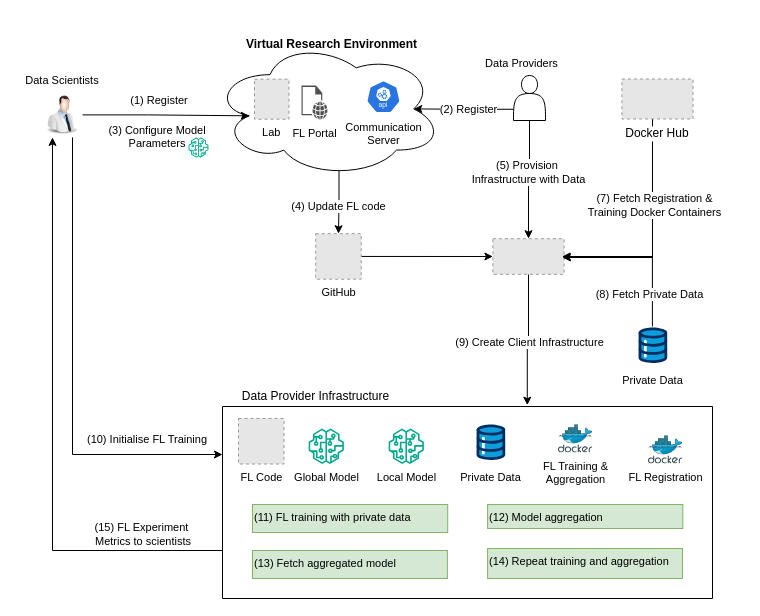
Earlier version of the draw.io diagram Thesis/Workflow.drawio (anandanlk/Drawings). Source tidied: cells renumbered, new cells numbered last; positions are measured from the earlier drawing's top-left corner, leaving out a move shared by most shapes. Both pictures are drawn from the tidied source at 100%, with x=0, y=0 at pixel (17, 17). Pictures stored in the file or linked from it are replaced by grey dashed boxes.
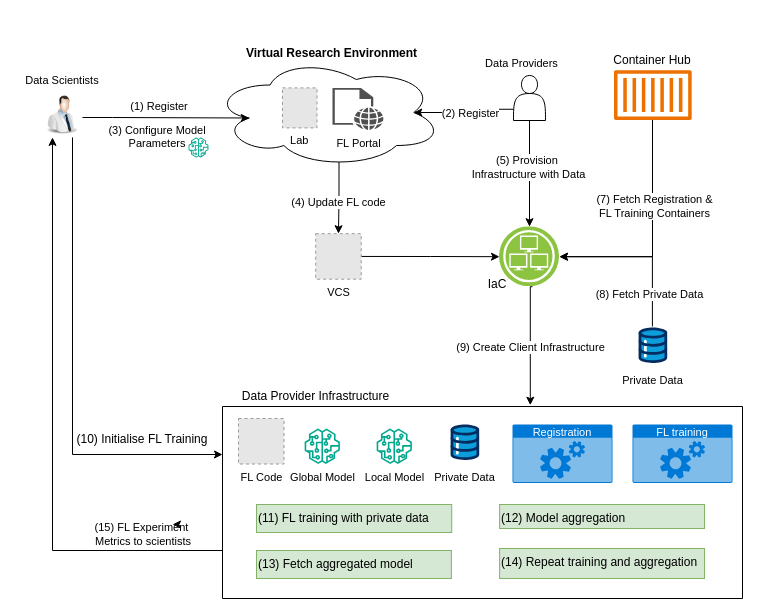
The same diagram, later.

Unchanged cells that the change refers to:
```xml
<mxCell id="2" style="image;html=1;image=img/lib/clip_art/people/Scientist_Man_128x128.png;" parent="1" vertex="1">
  <mxGeometry x="25" y="74.9" width="40" height="45" as="geometry" />
</mxCell>
<mxCell id="5" style="shape=actor;whiteSpace=wrap;html=1;" parent="4" vertex="1">
  <mxGeometry x="26.5" width="32" height="45" as="geometry" />
</mxCell>
<mxCell id="9" value="(15) FL Experiment&amp;nbsp;&lt;div&gt;Metrics to scientists&lt;/div&gt;" style="text;html=1;align=center;verticalAlign=middle;whiteSpace=wrap;rounded=0;fontSize=11;" parent="1" vertex="1">
  <mxGeometry x="56" y="507" width="140" height="20" as="geometry" />
</mxCell>
<mxCell id="10" style="group;" parent="1" vertex="1">
  <mxGeometry x="215" width="210" height="160" as="geometry" />
</mxCell>
```

Change to the diagram source:
```diff
@@
     <mxCell id="3" value="&lt;font style=&quot;font-size: 11px;&quot;&gt;(1) Register&lt;/font&gt;" style="text;html=1;align=center;verticalAlign=middle;whiteSpace=wrap;rounded=0;" parent="1" vertex="1">
-      <mxGeometry x="96.7" y="72.5" width="90" height="20" as="geometry" />
+      <mxGeometry x="96.7" y="78.5" width="90" height="20" as="geometry" />
     </mxCell>
@@
-    <mxCell id="6" style="edgeStyle=orthogonalEdgeStyle;rounded=0;jettySize=auto;html=1;exitX=0.5;exitY=1;exitDx=0;exitDy=0;entryX=0.622;entryY=-0.007;entryDx=0;entryDy=0;entryPerimeter=0;" parent="1" edge="1" source="8" target="31">
-      <mxGeometry relative="1" as="geometry" />
+    <mxCell id="6" style="edgeStyle=orthogonalEdgeStyle;rounded=0;orthogonalLoop=1;jettySize=auto;html=1;exitX=0.5;exitY=1;exitDx=0;exitDy=0;entryX=0.622;entryY=-0.007;entryDx=0;entryDy=0;entryPerimeter=0;" parent="1" edge="1">
+      <mxGeometry relative="1" as="geometry">
+        <mxPoint x="515" y="269.2" as="sourcePoint" />
+        <mxPoint x="512.8" y="387.7" as="targetPoint" />
+        <Array as="points">
+          <mxPoint x="513" y="269" />
+        </Array>
+      </mxGeometry>
     </mxCell>
@@
-    <mxCell id="8" style="fillColor=#E6E6E6;strokeColor=#999999;dashed=1;verticalLabelPosition=bottom;labelBackgroundColor=default;verticalAlign=top;" parent="1" vertex="1">
-      <mxGeometry x="475.4" y="221.2" width="71.2" height="35.6" as="geometry" />
-    </mxCell>
@@
     <mxCell id="11" style="ellipse;shape=cloud;whiteSpace=wrap;html=1;" parent="10" vertex="1">
-      <mxGeometry x="-20" y="22.9" width="230" height="137.1" as="geometry" />
+      <mxGeometry x="-20" y="40" width="230" height="110" as="geometry" />
     </mxCell>
     <mxCell id="12" value="Lab" style="fillColor=#E6E6E6;strokeColor=#999999;dashed=1;verticalLabelPosition=bottom;verticalAlign=top;fontColor=default;fontSize=11;" parent="10" vertex="1">
-      <mxGeometry x="22" y="61.7" width="34.5" height="40" as="geometry" />
+      <mxGeometry x="50" y="70.4" width="34.5" height="40" as="geometry" />
     </mxCell>
     <mxCell id="13" value="&lt;font style=&quot;font-size: 11px;&quot;&gt;FL Portal&lt;/font&gt;" style="sketch=0;shadow=0;dashed=0;html=1;strokeColor=none;fillColor=#505050;labelPosition=center;verticalLabelPosition=bottom;verticalAlign=top;align=center;shape=mxgraph.office.concepts.web_page;" parent="10" vertex="1">
-      <mxGeometry x="69" y="68" width="26" height="34" as="geometry" />
+      <mxGeometry x="100" y="70.4" width="51" height="42" as="geometry" />
     </mxCell>
     <mxCell id="14" value="&lt;b&gt;Virtual Research Environment&lt;/b&gt;" style="text;html=1;align=center;verticalAlign=middle;whiteSpace=wrap;rounded=0;" parent="10" vertex="1">
-      <mxGeometry x="10.3" y="10" width="179.4" height="34.3" as="geometry" />
+      <mxGeometry x="10.3" y="19" width="179.4" height="34.3" as="geometry" />
     </mxCell>
-    <mxCell id="15" value="&lt;font style=&quot;font-size: 11px;&quot;&gt;Communication&lt;/font&gt;&lt;div style=&quot;font-size: 11px;&quot;&gt;&lt;font style=&quot;font-size: 11px;&quot;&gt;Server&lt;/font&gt;&lt;/div&gt;" style="sketch=0;html=1;dashed=0;whitespace=wrap;verticalLabelPosition=bottom;verticalAlign=top;fillColor=#2875E2;strokeColor=#ffffff;shape=mxgraph.kubernetes.icon2;kubernetesLabel=1;prIcon=api;" parent="10" vertex="1">
-      <mxGeometry x="134" y="63" width="33.9" height="32.6" as="geometry" />
-    </mxCell>
     <mxCell id="16" style="edgeStyle=orthogonalEdgeStyle;rounded=0;jettySize=auto;html=1;entryX=0.16;entryY=0.55;entryDx=0;entryDy=0;entryPerimeter=0;" parent="1" edge="1" source="2" target="11">
-      <mxGeometry relative="1" as="geometry" />
+      <mxGeometry relative="1" as="geometry">
+        <Array as="points">
+          <mxPoint x="95" y="100" />
+          <mxPoint x="95" y="100" />
+        </Array>
+      </mxGeometry>
     </mxCell>
@@
-    <mxCell id="19" style="edgeStyle=orthogonalEdgeStyle;rounded=0;jettySize=auto;html=1;" parent="1" edge="1" source="21">
+    <mxCell id="19" style="edgeStyle=orthogonalEdgeStyle;rounded=0;jettySize=auto;html=1;entryX=1;entryY=0.5;entryDx=0;entryDy=0;" parent="1" edge="1" target="52">
       <mxGeometry relative="1" as="geometry">
-        <mxPoint x="545" y="240" as="targetPoint" />
+        <mxPoint x="635" y="101.5" as="sourcePoint" />
         <Array as="points">
           <mxPoint x="635" y="240" />
+          <mxPoint x="542" y="240" />
         </Array>
       </mxGeometry>
     </mxCell>
-    <mxCell id="20" value="&lt;div&gt;(7) Fetch Registration &amp;amp;&lt;/div&gt;&lt;div&gt;Training Docker Containers&lt;/div&gt;" style="edgeLabel;html=1;align=center;verticalAlign=middle;" parent="19" vertex="1">
+    <mxCell id="20" value="&lt;div&gt;(7) Fetch Registration &amp;amp;&lt;/div&gt;&lt;div&gt;FL Training Containers&lt;/div&gt;" style="edgeLabel;html=1;align=center;verticalAlign=middle;" parent="19" vertex="1">
       <mxGeometry x="-0.27" y="1" relative="1" as="geometry">
         <mxPoint y="3" as="offset" />
       </mxGeometry>
     </mxCell>
-    <mxCell id="21" value="Docker Hub" style="fillColor=#E6E6E6;strokeColor=#999999;dashed=1;verticalLabelPosition=bottom;labelBackgroundColor=default;verticalAlign=top;" parent="1" vertex="1">
-      <mxGeometry x="604.4" y="61.5" width="71.1" height="40" as="geometry" />
-    </mxCell>
-    <mxCell id="22" style="edgeStyle=orthogonalEdgeStyle;rounded=0;jettySize=auto;html=1;exitX=0.5;exitY=1;exitDx=0;exitDy=0;entryX=0.5;entryY=0;entryDx=0;entryDy=0;" parent="1" edge="1" source="5" target="8">
+    <mxCell id="22" style="edgeStyle=orthogonalEdgeStyle;rounded=0;jettySize=auto;html=1;exitX=0.5;exitY=1;exitDx=0;exitDy=0;entryX=0.5;entryY=0;entryDx=0;entryDy=0;" parent="1" edge="1" source="5" target="52">
       <mxGeometry relative="1" as="geometry" />
     </mxCell>
@@
-    <mxCell id="24" style="edgeStyle=orthogonalEdgeStyle;rounded=0;orthogonalLoop=1;jettySize=auto;html=1;entryX=1;entryY=0.5;entryDx=0;entryDy=0;" parent="1" edge="1">
+    <mxCell id="24" style="edgeStyle=orthogonalEdgeStyle;rounded=0;jettySize=auto;html=1;entryX=1;entryY=0.5;entryDx=0;entryDy=0;" parent="1" edge="1" target="52">
       <mxGeometry relative="1" as="geometry">
         <mxPoint x="634.9" y="309" as="sourcePoint" />
-        <mxPoint x="544.6" y="239" as="targetPoint" />
         <Array as="points">
           <mxPoint x="635" y="239" />
         </Array>
       </mxGeometry>
     </mxCell>
@@
     <mxCell id="31" style="swimlane;startSize=0;" parent="1" vertex="1">
-      <mxGeometry x="205" y="389" width="490" height="192" as="geometry" />
+      <mxGeometry x="205" y="389" width="520" height="192" as="geometry" />
     </mxCell>
     <mxCell id="32" value="Private Data" style="verticalLabelPosition=bottom;html=1;shape=mxgraph.salesforce.data;fontSize=11;" parent="31" vertex="1">
-      <mxGeometry x="254" y="18" width="28.8" height="35.5" as="geometry" />
+      <mxGeometry x="228" y="18" width="28.8" height="35.5" as="geometry" />
     </mxCell>
@@
     <mxCell id="34" value="&lt;font color=&quot;#000000&quot; style=&quot;font-size: 11px;&quot;&gt;Global Model&lt;/font&gt;" style="sketch=0;fontColor=#232F3E;gradientColor=none;fillColor=#01A88D;strokeColor=none;dashed=0;verticalLabelPosition=bottom;verticalAlign=top;align=center;html=1;fontSize=11;fontStyle=0;shape=mxgraph.aws4.sagemaker_model;" parent="31" vertex="1">
-      <mxGeometry x="86" y="22" width="35.5" height="35.5" as="geometry" />
+      <mxGeometry x="82" y="22" width="35.5" height="35.5" as="geometry" />
     </mxCell>
     <mxCell id="35" value="&lt;font color=&quot;#000000&quot; style=&quot;font-size: 11px;&quot;&gt;Local Model&lt;/font&gt;" style="sketch=0;fontColor=#232F3E;gradientColor=none;fillColor=#01A88D;strokeColor=none;dashed=0;verticalLabelPosition=bottom;verticalAlign=top;align=center;html=1;fontSize=11;fontStyle=0;shape=mxgraph.aws4.sagemaker_model;" parent="31" vertex="1">
-      <mxGeometry x="166" y="22" width="35.5" height="35.5" as="geometry" />
+      <mxGeometry x="154" y="22" width="35.5" height="35.5" as="geometry" />
     </mxCell>
-    <mxCell id="36" value="FL Training &amp;amp;&lt;div style=&quot;font-size: 11px;&quot;&gt;Aggregation&lt;/div&gt;" style="image;sketch=0;html=1;align=center;fontSize=11;image=img/lib/mscae/Docker.svg;" parent="31" vertex="1">
-      <mxGeometry x="336" y="18.3" width="34.4" height="28.2" as="geometry" />
-    </mxCell>
-    <mxCell id="37" value="FL Registration" style="image;sketch=0;html=1;align=center;fontSize=11;image=img/lib/mscae/Docker.svg;" parent="31" vertex="1">
-      <mxGeometry x="426" y="29.3" width="34.4" height="28.2" as="geometry" />
-    </mxCell>
-    <mxCell id="38" value="(11) FL training with private data" style="text;html=1;align=left;verticalAlign=top;whiteSpace=wrap;rounded=0;spacingTop=0;spacing=2;fontSize=11;fillColor=#d5e8d4;strokeColor=#82b366;" parent="31" vertex="1">
-      <mxGeometry x="30" y="98" width="195.2" height="28" as="geometry" />
+    <mxCell id="38" value="(11) FL training with private data" style="text;html=1;align=left;verticalAlign=top;whiteSpace=wrap;rounded=0;spacingTop=0;spacing=2;fontSize=12;fillColor=#d5e8d4;strokeColor=#82b366;" parent="31" vertex="1">
+      <mxGeometry x="34" y="98" width="195.2" height="28" as="geometry" />
     </mxCell>
-    <mxCell id="39" value="(12) Model aggregation" style="text;html=1;align=left;verticalAlign=top;whiteSpace=wrap;rounded=0;spacingTop=0;spacing=2;fontSize=11;fillColor=#d5e8d4;strokeColor=#82b366;" parent="31" vertex="1">
-      <mxGeometry x="265.1" y="98" width="195.2" height="24" as="geometry" />
+    <mxCell id="39" value="(12) Model aggregation" style="text;html=1;align=left;verticalAlign=top;whiteSpace=wrap;rounded=0;spacingTop=0;spacing=2;fontSize=12;fillColor=#d5e8d4;strokeColor=#82b366;" parent="31" vertex="1">
+      <mxGeometry x="277.1" y="98" width="204.9" height="24" as="geometry" />
     </mxCell>
-    <mxCell id="40" value="(13) Fetch aggregated model" style="text;html=1;align=left;verticalAlign=top;whiteSpace=wrap;rounded=0;spacingTop=0;spacing=2;fontSize=11;fillColor=#d5e8d4;strokeColor=#82b366;" parent="31" vertex="1">
-      <mxGeometry x="30" y="144" width="194.9" height="28" as="geometry" />
+    <mxCell id="40" value="(13) Fetch aggregated model" style="text;html=1;align=left;verticalAlign=top;whiteSpace=wrap;rounded=0;spacingTop=0;spacing=2;fontSize=12;fillColor=#d5e8d4;strokeColor=#82b366;" parent="31" vertex="1">
+      <mxGeometry x="34" y="144" width="194.9" height="28" as="geometry" />
     </mxCell>
-    <mxCell id="41" value="(14) Repeat training and aggregation" style="text;html=1;align=left;verticalAlign=top;whiteSpace=wrap;rounded=0;spacingTop=0;spacing=2;fontSize=11;fillColor=#d5e8d4;strokeColor=#82b366;" parent="31" vertex="1">
-      <mxGeometry x="265.1" y="142" width="194.9" height="30" as="geometry" />
+    <mxCell id="41" value="(14) Repeat training and aggregation" style="text;html=1;align=left;verticalAlign=top;whiteSpace=wrap;rounded=0;spacingTop=0;spacing=2;fontSize=12;fillColor=#d5e8d4;strokeColor=#82b366;" parent="31" vertex="1">
+      <mxGeometry x="277.1" y="142" width="204.9" height="30" as="geometry" />
     </mxCell>
+    <mxCell id="50" value="&lt;font style=&quot;font-size: 11px;&quot;&gt;Registration&lt;/font&gt;" style="html=1;whiteSpace=wrap;strokeColor=none;fillColor=#0079D6;labelPosition=center;verticalLabelPosition=middle;verticalAlign=top;align=center;fontSize=12;spacingTop=-6;fontColor=#FFFFFF;sketch=0;shape=mxgraph.sitemap.services;" parent="31" vertex="1">
+      <mxGeometry x="290" y="18" width="100" height="58.4" as="geometry" />
+    </mxCell>
+    <mxCell id="51" value="&lt;font style=&quot;font-size: 11px;&quot;&gt;FL training&lt;/font&gt;" style="html=1;whiteSpace=wrap;strokeColor=none;fillColor=#0079D6;labelPosition=center;verticalLabelPosition=middle;verticalAlign=top;align=center;fontSize=12;spacingTop=-6;fontColor=#FFFFFF;sketch=0;shape=mxgraph.sitemap.services;" parent="31" vertex="1">
+      <mxGeometry x="410" y="18" width="100" height="58.4" as="geometry" />
+    </mxCell>
@@
-    <mxCell id="44" value="(10) Initialise FL Training" style="text;html=1;align=center;verticalAlign=middle;whiteSpace=wrap;rounded=0;fontSize=11;" parent="1" vertex="1">
-      <mxGeometry x="65" y="412" width="130" height="20" as="geometry" />
+    <mxCell id="44" value="(10) Initialise FL Training" style="text;html=1;align=center;verticalAlign=middle;whiteSpace=wrap;rounded=0;fontSize=12;" parent="1" vertex="1">
+      <mxGeometry x="55" y="412" width="140" height="20" as="geometry" />
     </mxCell>
@@
-    <mxCell id="46" style="edgeStyle=orthogonalEdgeStyle;rounded=0;jettySize=auto;html=1;exitX=1;exitY=0.5;exitDx=0;exitDy=0;entryX=0;entryY=0.5;entryDx=0;entryDy=0;" parent="1" edge="1" source="47" target="8">
+    <mxCell id="46" style="edgeStyle=orthogonalEdgeStyle;rounded=0;jettySize=auto;html=1;exitX=1;exitY=0.5;exitDx=0;exitDy=0;entryX=0;entryY=0.5;entryDx=0;entryDy=0;" parent="1" edge="1" source="47" target="52">
       <mxGeometry relative="1" as="geometry" />
     </mxCell>
-    <mxCell id="47" value="GitHub" style="fillColor=#E6E6E6;strokeColor=#999999;dashed=1;html=1;verticalAlign=top;verticalLabelPosition=bottom;labelBackgroundColor=#ffffff;fontSize=11;" parent="1" vertex="1">
+    <mxCell id="47" value="VCS" style="fillColor=#E6E6E6;strokeColor=#999999;dashed=1;html=1;verticalAlign=top;verticalLabelPosition=bottom;labelBackgroundColor=#ffffff;fontSize=11;" parent="1" vertex="1">
       <mxGeometry x="298.2" y="216.2" width="45.5" height="45.5" as="geometry" />
     </mxCell>
@@
+    <mxCell id="52" style="image;perimeter=ellipsePerimeter;html=1;align=center;shadow=0;dashed=0;fontColor=#4277BB;labelBackgroundColor=default;fontSize=12;spacingTop=3;image=img/lib/ibm/infrastructure/infrastructure_services.svg;" parent="1" vertex="1">
+      <mxGeometry x="482" y="209.2" width="60" height="60" as="geometry" />
+    </mxCell>
+    <mxCell id="53" value="IaC" style="text;html=1;align=center;verticalAlign=middle;whiteSpace=wrap;rounded=0;" parent="1" vertex="1">
+      <mxGeometry x="459.6" y="252" width="40" height="30" as="geometry" />
+    </mxCell>
+    <mxCell id="54" style="sketch=0;fontColor=#232F3E;gradientColor=none;fillColor=#ED7100;strokeColor=none;dashed=0;verticalLabelPosition=bottom;verticalAlign=top;align=center;html=1;fontSize=12;fontStyle=0;shape=mxgraph.aws4.container_1;" parent="1" vertex="1">
+      <mxGeometry x="596.5" y="52.5" width="77.7" height="50.2" as="geometry" />
+    </mxCell>
+    <mxCell id="55" value="Container Hub" style="text;html=1;align=center;verticalAlign=middle;whiteSpace=wrap;rounded=0;" parent="1" vertex="1">
+      <mxGeometry x="595.4" y="28" width="80" height="30" as="geometry" />
+    </mxCell>
+    <mxCell id="56" style="edgeStyle=orthogonalEdgeStyle;rounded=0;orthogonalLoop=1;jettySize=auto;html=1;exitX=0.75;exitY=0;exitDx=0;exitDy=0;entryX=0.707;entryY=0;entryDx=0;entryDy=0;entryPerimeter=0;fontSize=12;" parent="1" edge="1" source="9" target="9">
+      <mxGeometry relative="1" as="geometry" />
+    </mxCell>
```
